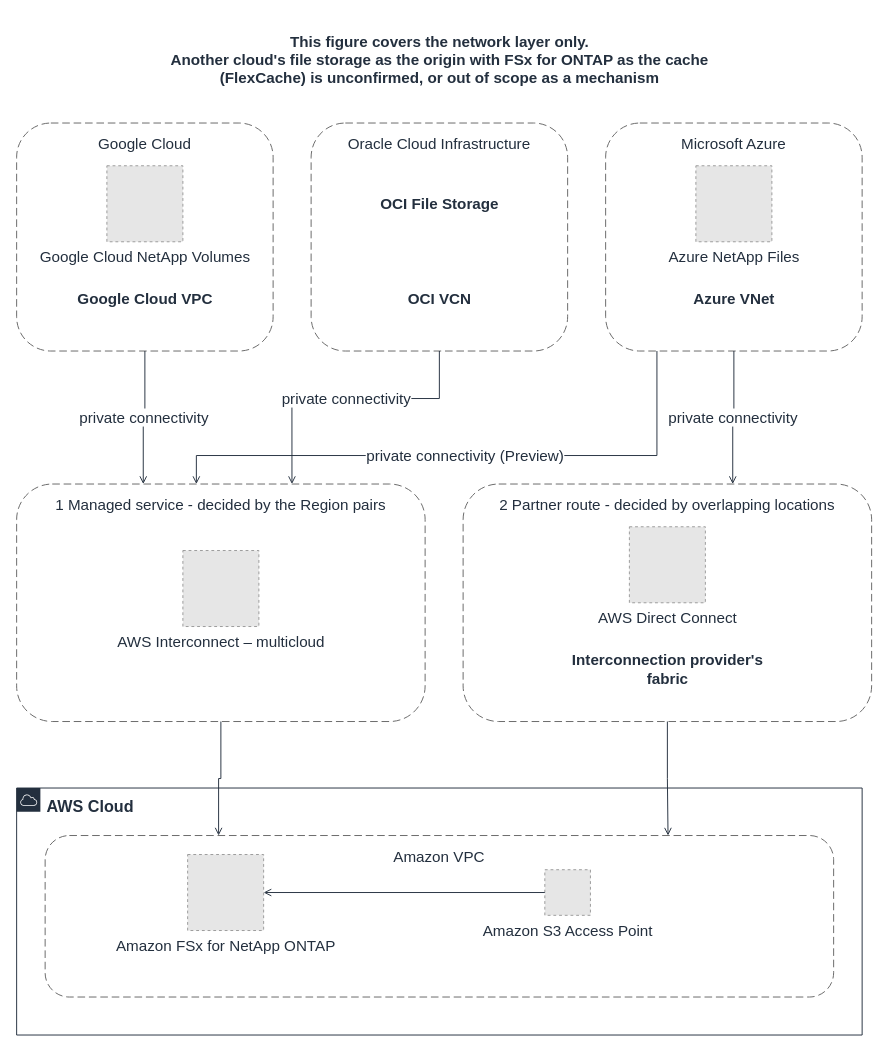
The draw.io diagram docs/_assets/diagrams/s3burst-cross-cloud-connectivity-en.drawio in Yoshiki0705/S3-Burst-on-ONTAP-Files, before the edit. Source tidied: cells renumbered, new cells numbered last; positions are measured from the earlier drawing's top-left corner, leaving out a move shared by most shapes. Both pictures are drawn from the tidied source at 95%, with x=0, y=0 at pixel (16, 16). Pictures stored in the file or linked from it are replaced by grey dashed boxes.
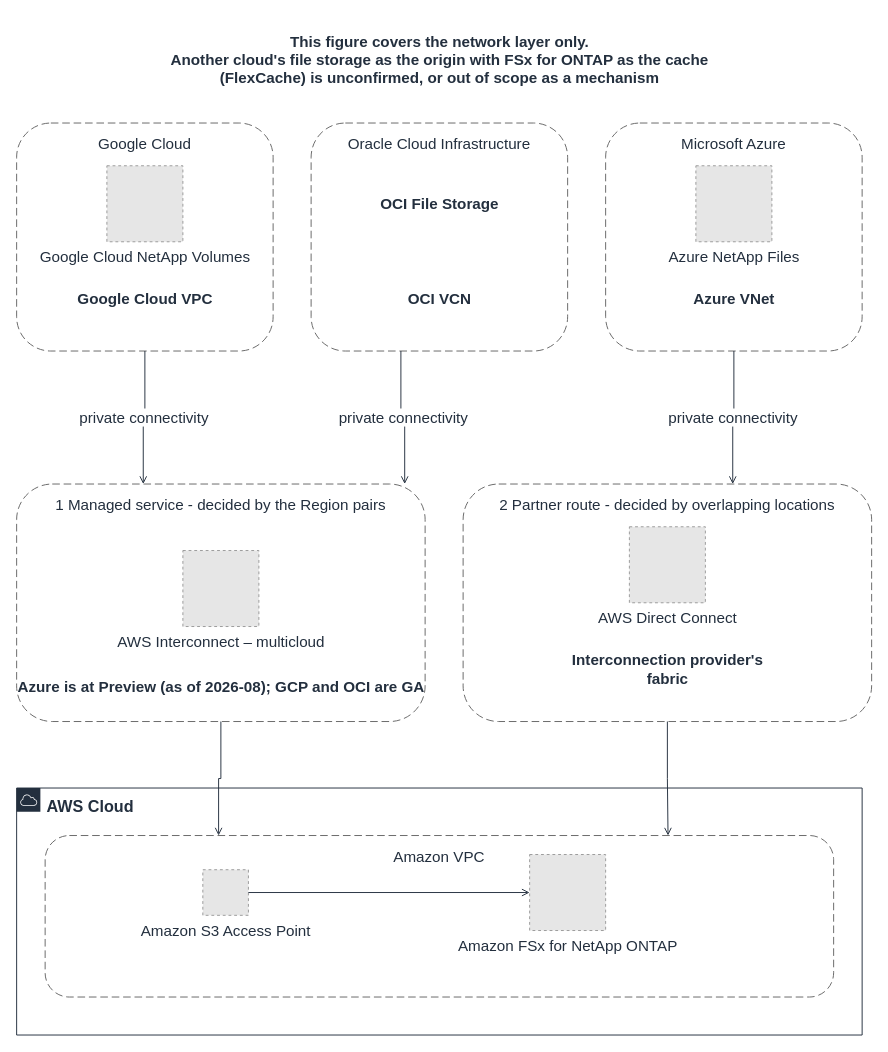
The same page after the edit.

Unchanged cells that the change refers to:
```xml
<mxCell id="4" value="Oracle Cloud Infrastructure" style="rounded=1;whiteSpace=wrap;html=1;dashed=1;dashPattern=8 4;strokeColor=#666666;fillColor=none;fontColor=#232F3E;fontSize=16;verticalAlign=top;align=center;spacingTop=6;" parent="1" vertex="1">
  <mxGeometry x="310" y="112" width="270" height="240" as="geometry" />
</mxCell>
<mxCell id="5" value="Microsoft Azure" style="rounded=1;whiteSpace=wrap;html=1;dashed=1;dashPattern=8 4;strokeColor=#666666;fillColor=none;fontColor=#232F3E;fontSize=16;verticalAlign=top;align=center;spacingTop=6;" parent="1" vertex="1">
  <mxGeometry x="620" y="112" width="270" height="240" as="geometry" />
</mxCell>
<mxCell id="6" value="1 Managed service - decided by the Region pairs" style="rounded=1;whiteSpace=wrap;html=1;dashed=1;dashPattern=8 4;strokeColor=#666666;fillColor=none;fontColor=#232F3E;fontSize=16;verticalAlign=top;align=center;spacingTop=6;" parent="1" vertex="1">
  <mxGeometry y="492" width="430" height="250" as="geometry" />
</mxCell>
```

Diff of the diagram source:
```diff
@@
+    <mxCell id="28" value="Azure is at Preview (as of 2026-08); GCP and OCI are GA" style="text;html=1;strokeColor=none;fillColor=none;align=center;verticalAlign=middle;fontSize=16;fontStyle=1;fontColor=#232F3E;" parent="1" vertex="1">
+      <mxGeometry x="15" y="682" width="400" height="46" as="geometry" />
+    </mxCell>
@@
+    <mxCell id="20" value="Amazon S3 Access Point" style="fillColor=#E6E6E6;strokeColor=#999999;dashed=1;html=1;verticalLabelPosition=bottom;verticalAlign=top;labelPosition=center;align=center;fontSize=16;fontColor=#232F3E;" parent="1" vertex="1">
+      <mxGeometry x="196" y="898" width="48" height="48" as="geometry" />
+    </mxCell>
     <mxCell id="19" value="Amazon FSx for NetApp ONTAP" style="fillColor=#E6E6E6;strokeColor=#999999;dashed=1;html=1;verticalLabelPosition=bottom;verticalAlign=top;labelPosition=center;align=center;fontSize=16;fontColor=#232F3E;" parent="1" vertex="1">
-      <mxGeometry x="180" y="882" width="80" height="80" as="geometry" />
+      <mxGeometry x="540" y="882" width="80" height="80" as="geometry" />
     </mxCell>
-    <mxCell id="20" value="Amazon S3 Access Point" style="fillColor=#E6E6E6;strokeColor=#999999;dashed=1;html=1;verticalLabelPosition=bottom;verticalAlign=top;labelPosition=center;align=center;fontSize=16;fontColor=#232F3E;" parent="1" vertex="1">
-      <mxGeometry x="556" y="898" width="48" height="48" as="geometry" />
-    </mxCell>
@@
-    <mxCell id="22" value="private connectivity" style="edgeStyle=orthogonalEdgeStyle;rounded=0;html=1;endArrow=open;endFill=0;strokeColor=#232F3E;strokeWidth=1;fontSize=16;fontColor=#232F3E;exitX=0.5;exitY=1;exitDx=0;exitDy=0;entryX=0.674;entryY=0;entryDx=0;entryDy=0;" parent="1" edge="1" source="4" target="6">
-      <mxGeometry relative="1" as="geometry">
-        <Array as="points">
-          <mxPoint x="445" y="402" />
-          <mxPoint x="290" y="402" />
-        </Array>
-      </mxGeometry>
+    <mxCell id="22" value="private connectivity" style="edgeStyle=orthogonalEdgeStyle;rounded=0;html=1;endArrow=open;endFill=0;strokeColor=#232F3E;strokeWidth=1;fontSize=16;fontColor=#232F3E;exitX=0.35;exitY=1;exitDx=0;exitDy=0;entryX=0.95;entryY=0;entryDx=0;entryDy=0;" parent="1" edge="1" source="4" target="6">
+      <mxGeometry relative="1" as="geometry" />
     </mxCell>
@@
-    <mxCell id="24" value="private connectivity (Preview)" style="edgeStyle=orthogonalEdgeStyle;rounded=0;html=1;endArrow=open;endFill=0;strokeColor=#232F3E;strokeWidth=1;fontSize=16;fontColor=#232F3E;exitX=0.2;exitY=1;exitDx=0;exitDy=0;entryX=0.44;entryY=0;entryDx=0;entryDy=0;" parent="1" edge="1" source="5" target="6">
-      <mxGeometry relative="1" as="geometry">
-        <Array as="points">
-          <mxPoint x="674" y="462" />
-          <mxPoint x="190" y="462" />
-        </Array>
-      </mxGeometry>
-    </mxCell>
```
